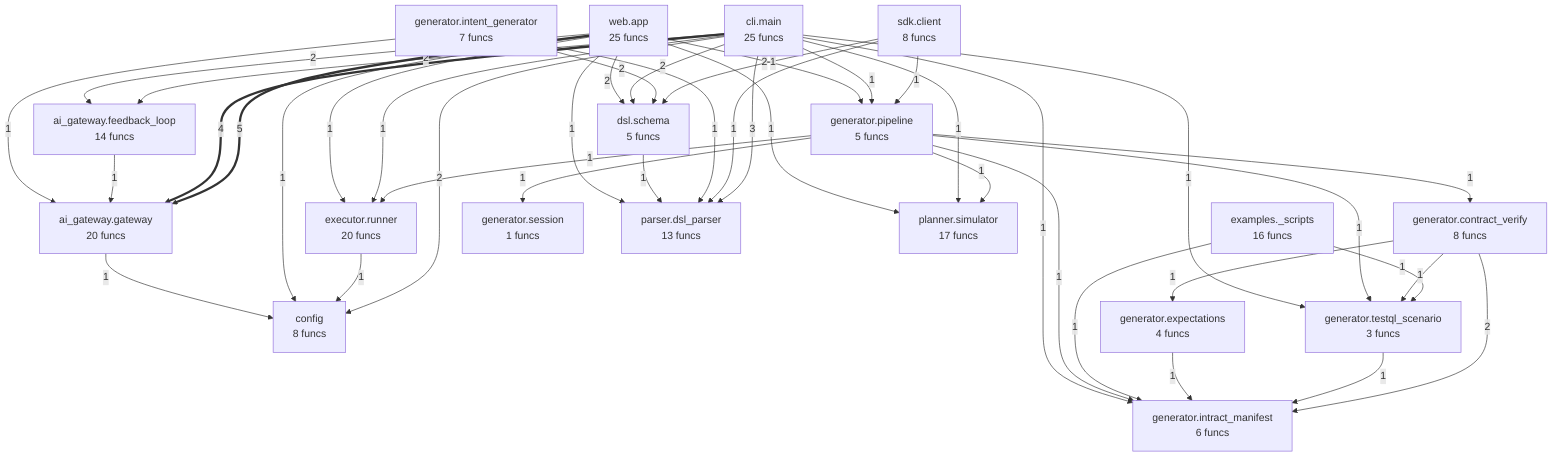
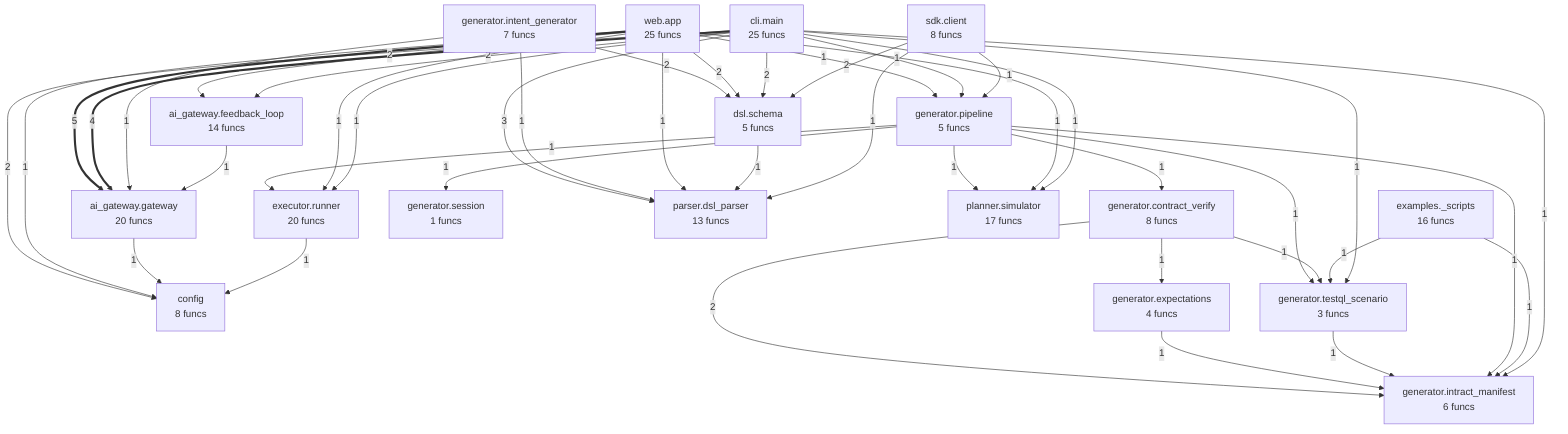
flowchart TD
%% generated in 0.00s
    ai_gateway__feedback_loop["ai_gateway.feedback_loop<br/>14 funcs"]
    ai_gateway__gateway["ai_gateway.gateway<br/>20 funcs"]
    cli__main["cli.main<br/>25 funcs"]
    config["config<br/>8 funcs"]
    dsl__schema["dsl.schema<br/>5 funcs"]
    examples___scripts["examples._scripts<br/>16 funcs"]
    executor__runner["executor.runner<br/>20 funcs"]
    generator__contract_verify["generator.contract_verify<br/>8 funcs"]
    generator__expectations["generator.expectations<br/>4 funcs"]
    generator__intent_generator["generator.intent_generator<br/>7 funcs"]
    generator__intract_manifest["generator.intract_manifest<br/>6 funcs"]
    generator__pipeline["generator.pipeline<br/>5 funcs"]
    generator__session["generator.session<br/>1 funcs"]
    generator__testql_scenario["generator.testql_scenario<br/>3 funcs"]
    parser__dsl_parser["parser.dsl_parser<br/>13 funcs"]
    planner__simulator["planner.simulator<br/>17 funcs"]
    sdk__client["sdk.client<br/>8 funcs"]
    web__app["web.app<br/>25 funcs"]
    web__app ==>|5| ai_gateway__gateway
    cli__main ==>|4| ai_gateway__gateway
    cli__main -->|3| parser__dsl_parser
+     generator__intent_generator -->|2| dsl__schema
    generator__contract_verify -->|2| generator__intract_manifest
-     sdk__client -->|2| dsl__schema
-     generator__intent_generator -->|2| dsl__schema
+     web__app -->|2| dsl__schema
+     web__app -->|2| ai_gateway__feedback_loop
    cli__main -->|2| config
    cli__main -->|2| ai_gateway__feedback_loop
    cli__main -->|2| dsl__schema
-     web__app -->|2| dsl__schema
-     web__app -->|2| ai_gateway__feedback_loop
+     sdk__client -->|2| dsl__schema
+     generator__expectations -->|1| generator__intract_manifest
+     generator__intent_generator -->|1| ai_gateway__gateway
+     generator__intent_generator -->|1| parser__dsl_parser
    generator__testql_scenario -->|1| generator__intract_manifest
-     examples___scripts -->|1| generator__testql_scenario
-     generator__contract_verify -->|1| generator__testql_scenario
-     generator__contract_verify -->|1| generator__expectations
-     generator__expectations -->|1| generator__intract_manifest
-     executor__runner -->|1| config
-     sdk__client -->|1| generator__pipeline
-     sdk__client -->|1| parser__dsl_parser
-     examples___scripts -->|1| generator__intract_manifest
-     ai_gateway__feedback_loop -->|1| ai_gateway__gateway
    generator__pipeline -->|1| generator__intract_manifest
    generator__pipeline -->|1| generator__testql_scenario
    generator__pipeline -->|1| generator__session
    generator__pipeline -->|1| planner__simulator
    generator__pipeline -->|1| executor__runner
    generator__pipeline -->|1| generator__contract_verify
-     generator__intent_generator -->|1| ai_gateway__gateway
-     generator__intent_generator -->|1| parser__dsl_parser
-     cli__main -->|1| planner__simulator
-     cli__main -->|1| executor__runner
-     cli__main -->|1| generator__pipeline
-     cli__main -->|1| generator__intract_manifest
-     cli__main -->|1| generator__testql_scenario
-     dsl__schema -->|1| parser__dsl_parser
+     generator__contract_verify -->|1| generator__testql_scenario
+     generator__contract_verify -->|1| generator__expectations
+     examples___scripts -->|1| generator__testql_scenario
+     examples___scripts -->|1| generator__intract_manifest
    web__app -->|1| generator__pipeline
    web__app -->|1| parser__dsl_parser
    web__app -->|1| planner__simulator
    web__app -->|1| executor__runner
    web__app -->|1| config
    ai_gateway__gateway -->|1| config
+     ai_gateway__feedback_loop -->|1| ai_gateway__gateway
+     cli__main -->|1| planner__simulator
+     cli__main -->|1| executor__runner
+     cli__main -->|1| generator__pipeline
+     cli__main -->|1| generator__intract_manifest
+     cli__main -->|1| generator__testql_scenario
+     executor__runner -->|1| config
+     dsl__schema -->|1| parser__dsl_parser
+     sdk__client -->|1| generator__pipeline
+     sdk__client -->|1| parser__dsl_parser
